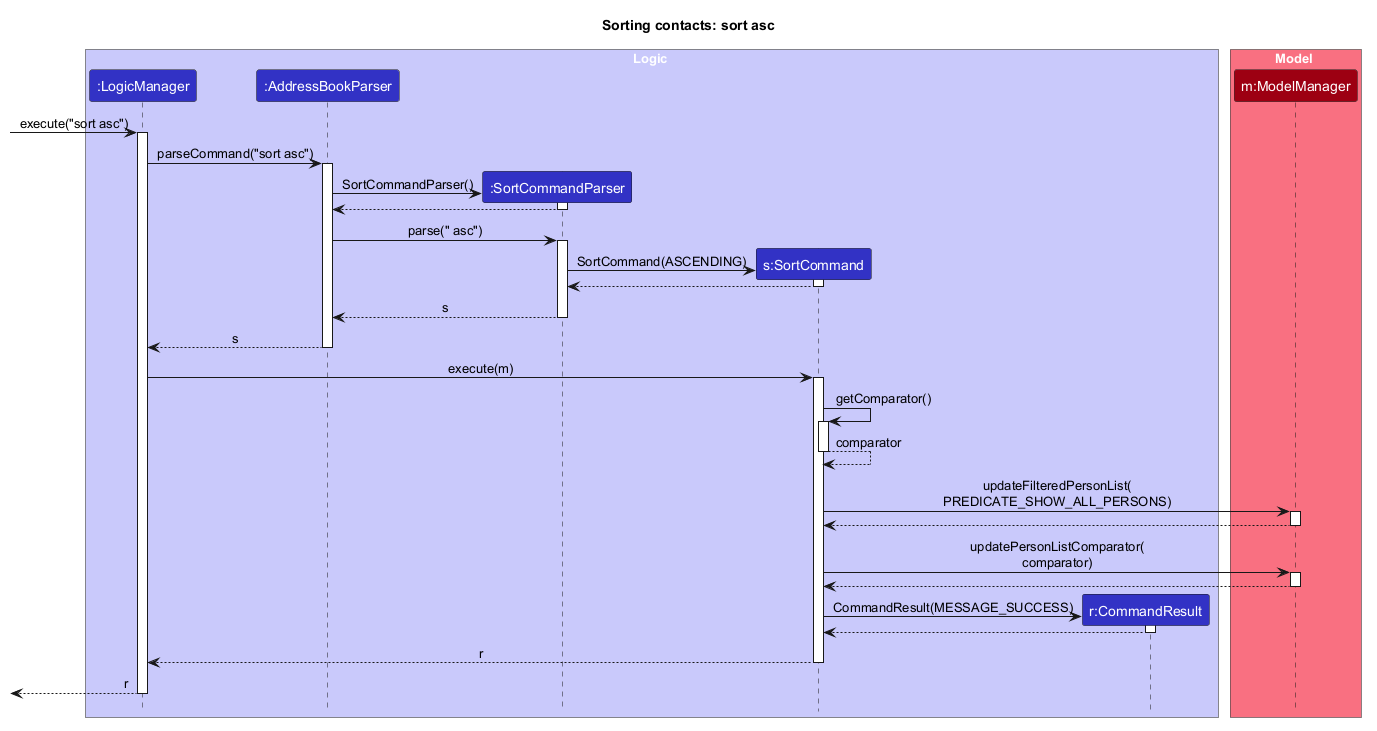
The PlantUML diagram docs/images/SortSequenceDiagram.png in AY2627S1-CS2103T-W08-3/tp, before a commit.
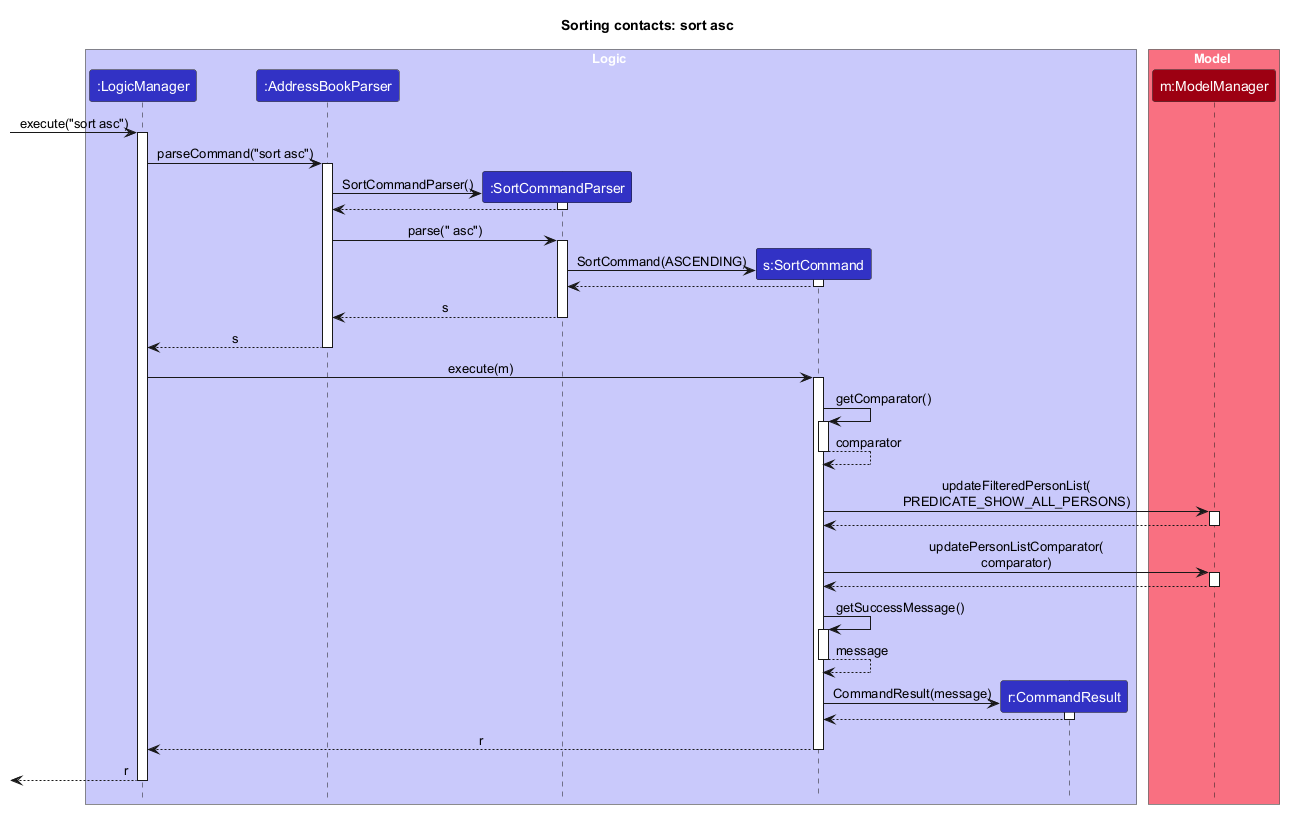
Above is the later version.

Commit message:
Clarify sort command feedback

Diff of the diagram source:
```diff
@@ -64,8 +64,13 @@
 Model --> SortCommand
 deactivate Model
 
+SortCommand -> SortCommand : getSuccessMessage()
+activate SortCommand
+SortCommand --> SortCommand : message
+deactivate SortCommand
+
 create CommandResult
-SortCommand -> CommandResult : CommandResult(MESSAGE_SUCCESS)
+SortCommand -> CommandResult : CommandResult(message)
 activate CommandResult
 CommandResult --> SortCommand
 deactivate CommandResult
```
